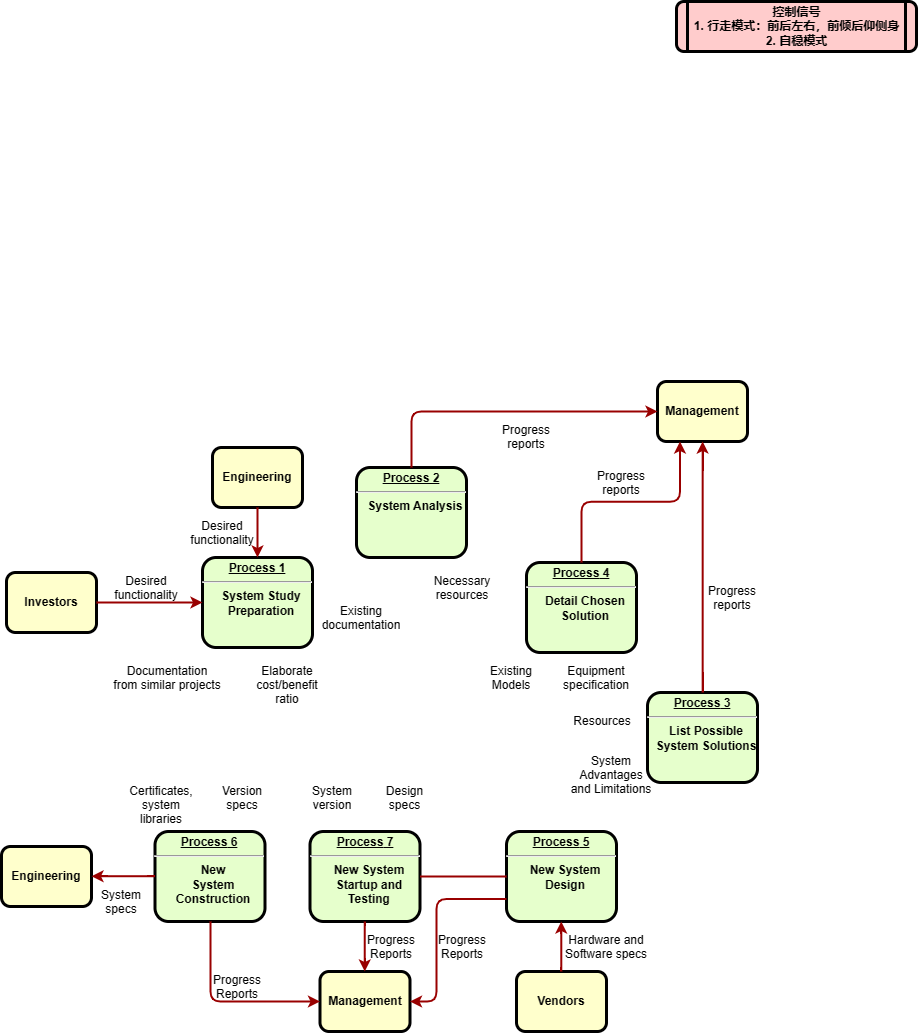
Above: 机器人总体流程.drawio.png in KAZAMA-DREAM/picture (draw.io), before the change. Source tidied: cells renumbered, new cells last; positions are measured from the earlier drawing's top-left corner, leaving out a move shared by most shapes.
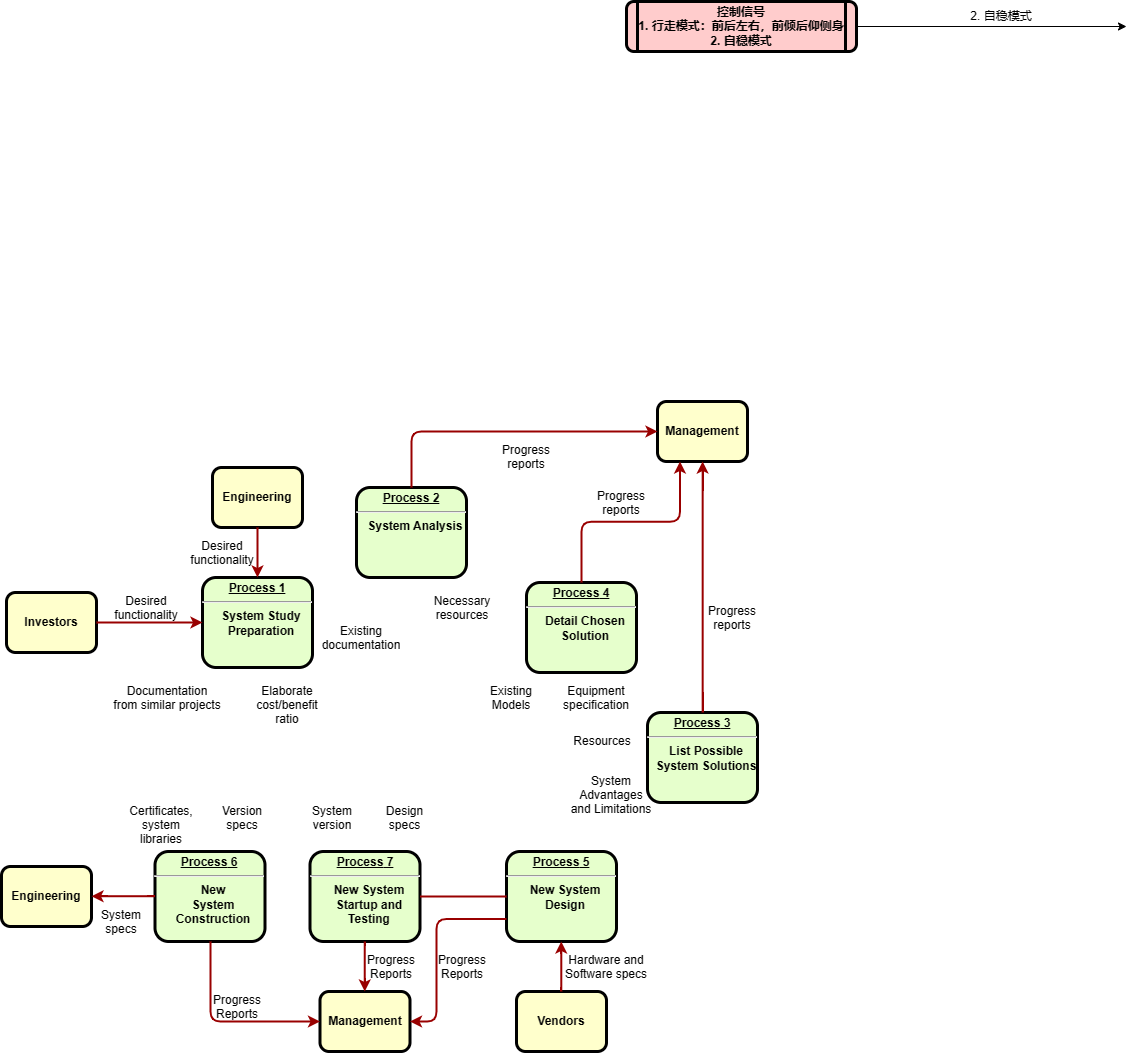
Above is the later version.

Commit message:
更新机器人总体流程.drawio.png

Diff of the diagram source:
```diff
@@ -11,8 +11,13 @@
     <mxCell id="4" value="Investors" style="whiteSpace=wrap;align=center;verticalAlign=middle;fontStyle=1;strokeWidth=3;fillColor=#FFFFCC;rounded=1;" parent="1" vertex="1">
       <mxGeometry x="5" y="571" width="90" height="60" as="geometry" />
     </mxCell>
+    <mxCell id="49" style="edgeStyle=orthogonalEdgeStyle;rounded=1;jettySize=auto;html=1;" parent="1" edge="1" source="5">
+      <mxGeometry relative="1" as="geometry">
+        <mxPoint x="1125" y="5" as="targetPoint" />
+      </mxGeometry>
+    </mxCell>
     <mxCell id="5" value="控制信号&#10;1. 行走模式：前后左右，前倾后仰侧身&#10;2. 自稳模式" style="shape=process;whiteSpace=wrap;align=center;verticalAlign=middle;size=0.0475;fontStyle=1;strokeWidth=3;fillColor=#FFCCCC;rounded=1;" parent="1" vertex="1">
-      <mxGeometry x="675" width="240" height="50" as="geometry" />
+      <mxGeometry x="625" y="-20" width="230" height="50" as="geometry" />
     </mxCell>
     <mxCell id="6" value="&lt;p style=&quot;margin: 0px; margin-top: 4px; text-align: center; text-decoration: underline;&quot;&gt;&lt;strong&gt;Process 2&lt;br /&gt;&lt;/strong&gt;&lt;/p&gt;&lt;hr /&gt;&lt;p style=&quot;margin: 0px; margin-left: 8px;&quot;&gt;System Analysis&lt;/p&gt;" style="verticalAlign=middle;align=center;overflow=fill;fontSize=12;fontFamily=Helvetica;html=1;rounded=1;fontStyle=1;strokeWidth=3;fillColor=#E6FFCC;" parent="1" vertex="1">
       <mxGeometry x="355" y="466" width="110" height="90" as="geometry" />
@@ -155,5 +160,8 @@
     <mxCell id="48" value="System&#10;version" style="text;spacingTop=-5;align=center;rounded=1;" parent="1" vertex="1">
       <mxGeometry x="316" y="781" width="30" height="20" as="geometry" />
     </mxCell>
+    <mxCell id="50" value="2. 自稳模式" style="text;html=1;strokeColor=none;fillColor=none;align=center;verticalAlign=middle;whiteSpace=wrap;rounded=0;" parent="1" vertex="1">
+      <mxGeometry x="965" y="-20" width="70" height="30" as="geometry" />
+    </mxCell>
   </root>
 </mxGraphModel>
```
